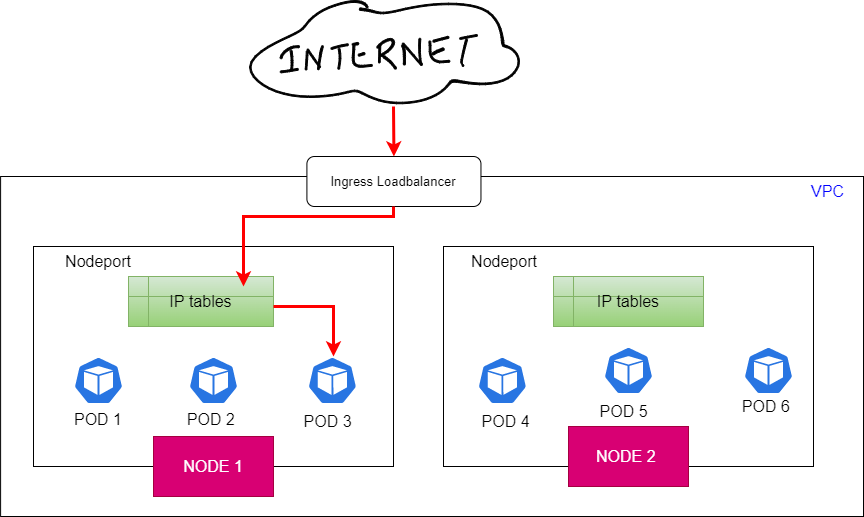
This is Page_images/Ingress_network.png from dikshita-git/RP_Study-on-Ingress-and-its-security-IPv4-IPv6-, a draw.io export, as it was before one commit. Source tidied: cells renumbered, new cells last; positions are measured from the earlier drawing's top-left corner, leaving out a move shared by most shapes.
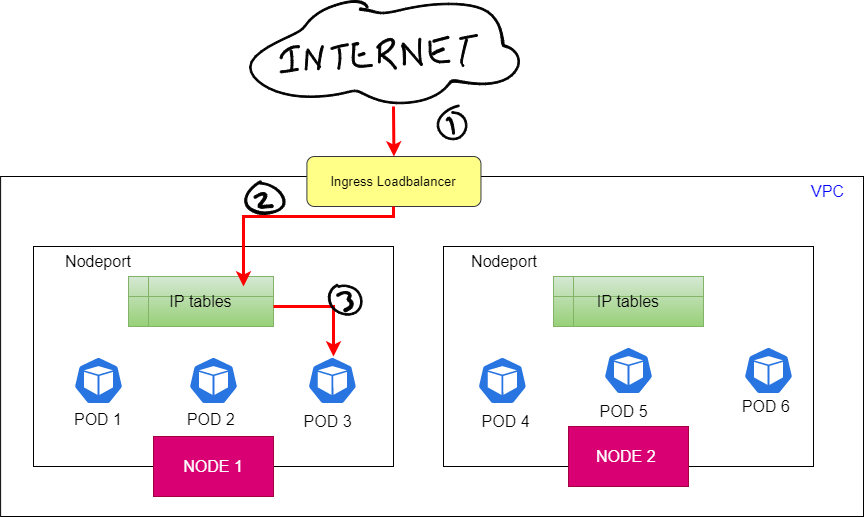
After the commit.

What changed in the source:
```diff
@@ -76,7 +76,7 @@
     <mxCell id="25" style="rounded=0;whiteSpace=wrap;html=1;fontSize=14;fillColor=none;" parent="1" vertex="1">
       <mxGeometry x="0.1" y="176" width="862.9" height="340" as="geometry" />
     </mxCell>
-    <mxCell id="26" value="&lt;font style=&quot;font-size: 13px;&quot;&gt;Ingress Loadbalancer&lt;/font&gt;" style="rounded=1;whiteSpace=wrap;html=1;" parent="1" vertex="1">
+    <mxCell id="26" value="&lt;font style=&quot;font-size: 13px;&quot;&gt;Ingress Loadbalancer&lt;/font&gt;" style="rounded=1;whiteSpace=wrap;html=1;fillColor=#ffff88;strokeColor=#36393d;" parent="1" vertex="1">
       <mxGeometry x="306.4" y="156" width="174.1" height="50" as="geometry" />
     </mxCell>
     <mxCell id="27" value="&lt;font style=&quot;font-size: 16px;&quot;&gt;&amp;nbsp; &lt;font color=&quot;#0000ff&quot;&gt;VPC&lt;/font&gt;&lt;/font&gt;" style="text;html=1;strokeColor=none;fillColor=none;align=center;verticalAlign=middle;whiteSpace=wrap;rounded=0;fontSize=14;" parent="1" vertex="1">
@@ -154,5 +154,23 @@
     <mxCell id="49" style="edgeStyle=segmentEdgeStyle;endArrow=classic;html=1;rounded=0;fontSize=15;fontColor=#000000;strokeColor=#FF0000;strokeWidth=3;entryX=0.522;entryY=0;entryDx=0;entryDy=0;exitX=1;exitY=0.6;exitDx=0;exitDy=0;exitPerimeter=0;entryPerimeter=0;" parent="1" edge="1" source="44" target="35">
       <mxGeometry relative="1" as="geometry" />
     </mxCell>
+    <mxCell id="50" style="shape=(stored shape, 756 characters);lineShape=1;fontSize=15;fontColor=#000000;" parent="1" vertex="1">
+      <mxGeometry x="445.6" y="116.7" width="8.4" height="16.9" as="geometry" />
+    </mxCell>
+    <mxCell id="51" style="shape=(stored shape, 1176 characters);lineShape=1;fontSize=15;fontColor=#000000;" parent="1" vertex="1">
+      <mxGeometry x="436.7" y="104.5" width="29.7" height="34.8" as="geometry" />
+    </mxCell>
+    <mxCell id="52" style="shape=(stored shape, 980 characters);lineShape=1;fontSize=15;fontColor=#000000;" parent="1" vertex="1">
+      <mxGeometry x="253.4" y="192" width="19.2" height="15.8" as="geometry" />
+    </mxCell>
+    <mxCell id="53" style="shape=(stored shape, 1468 characters);lineShape=1;fontSize=15;fontColor=#000000;" parent="1" vertex="1">
+      <mxGeometry x="244.2" y="180.3" width="40.4" height="33.7" as="geometry" />
+    </mxCell>
+    <mxCell id="54" style="shape=(stored shape, 920 characters);lineShape=1;fontSize=15;fontColor=#000000;" parent="1" vertex="1">
+      <mxGeometry x="336.1" y="291" width="16.5" height="20.2" as="geometry" />
+    </mxCell>
+    <mxCell id="55" style="shape=(stored shape, 1160 characters);lineShape=1;fontSize=15;fontColor=#000000;" parent="1" vertex="1">
+      <mxGeometry x="327.8" y="283.8" width="33.8" height="30.9" as="geometry" />
+    </mxCell>
   </root>
 </mxGraphModel>
```
